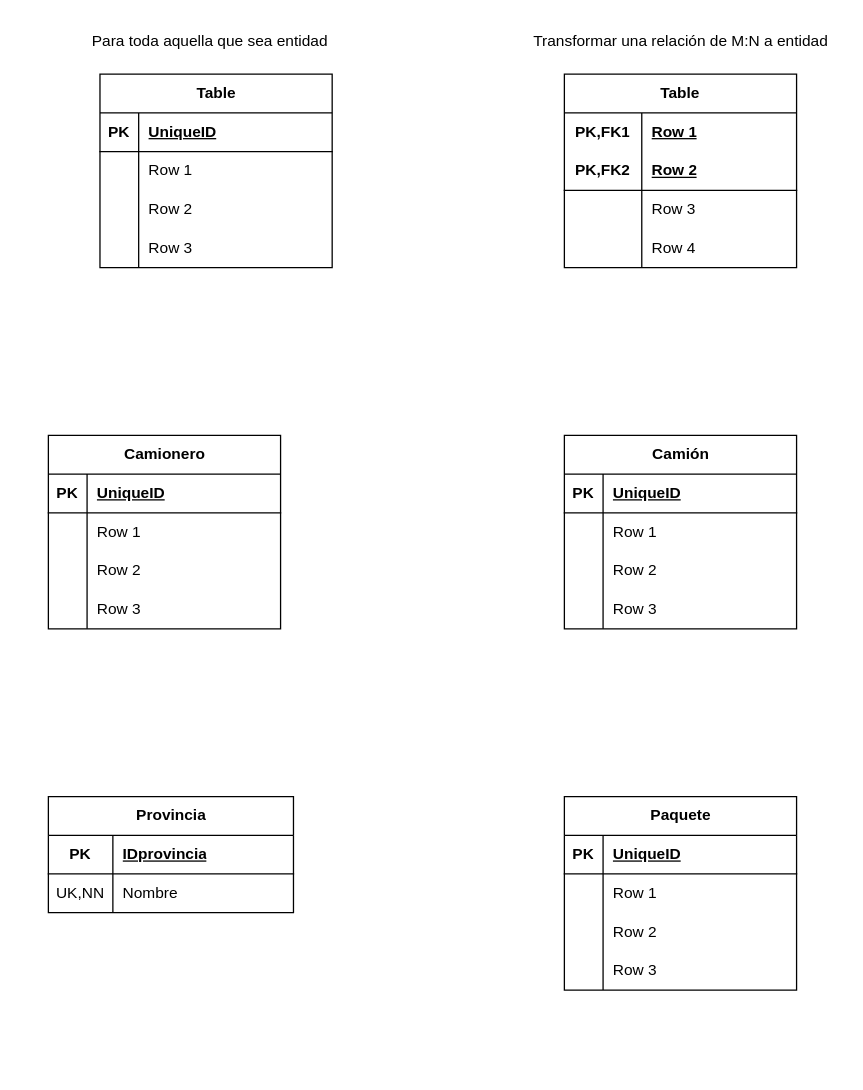
Above: Normalizacion.drawio in Mundrack/Base-de-datos (draw.io), before the change. Source tidied: cells renumbered, new cells numbered last; positions are measured from the earlier drawing's top-left corner, leaving out a move shared by most shapes. Both pictures are drawn from the tidied source at 129%, with x=0, y=0 at pixel (22, 22).
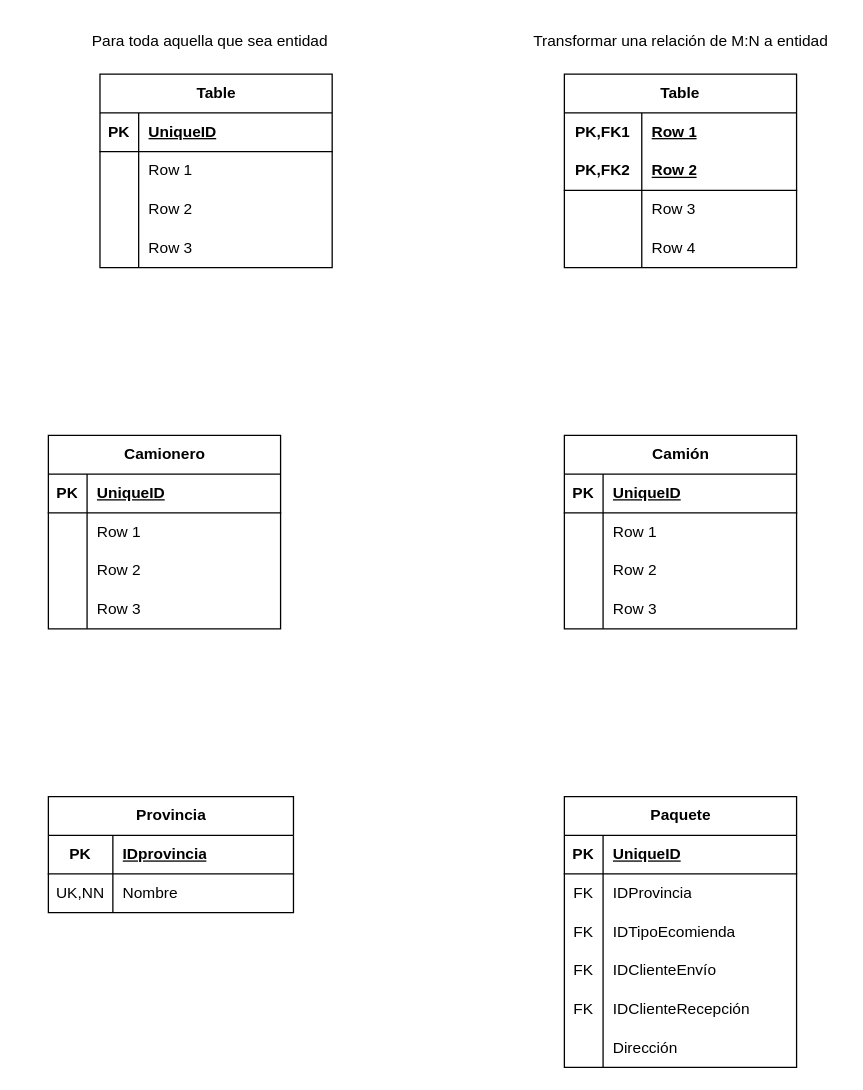
Above is the later version.

The change refers to these unchanged cells:
```xml
<mxCell id="67" style="shape=tableRow;horizontal=0;startSize=0;swimlaneHead=0;swimlaneBody=0;fillColor=none;top=0;left=0;right=0;bottom=0;" parent="63" vertex="1">
  <mxGeometry y="60" width="180" height="30" as="geometry" />
</mxCell>
<mxCell id="70" style="shape=tableRow;horizontal=0;startSize=0;swimlaneHead=0;swimlaneBody=0;fillColor=none;top=0;left=0;right=0;bottom=0;" parent="63" vertex="1">
  <mxGeometry y="90" width="180" height="30" as="geometry" />
</mxCell>
```

The edit, as a diff of the source:
```diff
@@
     <mxCell id="63" value="Paquete" style="shape=table;startSize=30;childLayout=tableLayout;rowLines=0;fontStyle=1;align=center;html=1;" parent="1" vertex="1">
-      <mxGeometry x="420" y="600" width="180" height="150" as="geometry" />
+      <mxGeometry x="420" y="600" width="180" height="210" as="geometry" />
     </mxCell>
@@
-    <mxCell id="68" style="shape=partialRectangle;fillColor=none;top=0;left=0;bottom=0;right=0;overflow=hidden;whiteSpace=wrap;html=1;" parent="67" vertex="1">
+    <mxCell id="68" value="FK" style="shape=partialRectangle;fillColor=none;top=0;left=0;bottom=0;right=0;overflow=hidden;whiteSpace=wrap;html=1;" parent="67" vertex="1">
       <mxGeometry width="30" height="30" as="geometry" />
     </mxCell>
-    <mxCell id="69" value="Row 1" style="shape=partialRectangle;fillColor=none;top=0;left=0;bottom=0;right=0;align=left;spacingLeft=6;overflow=hidden;whiteSpace=wrap;html=1;" parent="67" vertex="1">
+    <mxCell id="69" value="IDProvincia" style="shape=partialRectangle;fillColor=none;top=0;left=0;bottom=0;right=0;align=left;spacingLeft=6;overflow=hidden;whiteSpace=wrap;html=1;" parent="67" vertex="1">
       <mxGeometry x="30" width="150" height="30" as="geometry" />
     </mxCell>
@@
-    <mxCell id="71" style="shape=partialRectangle;fillColor=none;top=0;left=0;bottom=0;right=0;overflow=hidden;whiteSpace=wrap;html=1;" parent="70" vertex="1">
+    <mxCell id="71" value="FK" style="shape=partialRectangle;fillColor=none;top=0;left=0;bottom=0;right=0;overflow=hidden;whiteSpace=wrap;html=1;" parent="70" vertex="1">
       <mxGeometry width="30" height="30" as="geometry" />
     </mxCell>
-    <mxCell id="72" value="Row 2" style="shape=partialRectangle;fillColor=none;top=0;left=0;bottom=0;right=0;align=left;spacingLeft=6;overflow=hidden;whiteSpace=wrap;html=1;" parent="70" vertex="1">
+    <mxCell id="72" value="IDTipoEcomienda" style="shape=partialRectangle;fillColor=none;top=0;left=0;bottom=0;right=0;align=left;spacingLeft=6;overflow=hidden;whiteSpace=wrap;html=1;" parent="70" vertex="1">
       <mxGeometry x="30" width="150" height="30" as="geometry" />
     </mxCell>
+    <mxCell id="76" style="shape=tableRow;horizontal=0;startSize=0;swimlaneHead=0;swimlaneBody=0;fillColor=none;top=0;left=0;right=0;bottom=0;" parent="63" vertex="1">
+      <mxGeometry y="120" width="180" height="30" as="geometry" />
+    </mxCell>
+    <mxCell id="77" value="FK" style="shape=partialRectangle;fillColor=none;top=0;left=0;bottom=0;right=0;overflow=hidden;whiteSpace=wrap;html=1;" parent="76" vertex="1">
+      <mxGeometry width="30" height="30" as="geometry" />
+    </mxCell>
+    <mxCell id="78" value="IDClienteEnvío" style="shape=partialRectangle;fillColor=none;top=0;left=0;bottom=0;right=0;align=left;spacingLeft=6;overflow=hidden;whiteSpace=wrap;html=1;" parent="76" vertex="1">
+      <mxGeometry x="30" width="150" height="30" as="geometry" />
+    </mxCell>
     <mxCell id="73" style="shape=tableRow;horizontal=0;startSize=0;swimlaneHead=0;swimlaneBody=0;fillColor=none;top=0;left=0;right=0;bottom=0;" parent="63" vertex="1">
-      <mxGeometry y="120" width="180" height="30" as="geometry" />
+      <mxGeometry y="150" width="180" height="30" as="geometry" />
     </mxCell>
-    <mxCell id="74" style="shape=partialRectangle;fillColor=none;top=0;left=0;bottom=0;right=0;overflow=hidden;whiteSpace=wrap;html=1;" parent="73" vertex="1">
+    <mxCell id="74" value="FK" style="shape=partialRectangle;fillColor=none;top=0;left=0;bottom=0;right=0;overflow=hidden;whiteSpace=wrap;html=1;" parent="73" vertex="1">
       <mxGeometry width="30" height="30" as="geometry" />
     </mxCell>
-    <mxCell id="75" value="Row 3" style="shape=partialRectangle;fillColor=none;top=0;left=0;bottom=0;right=0;align=left;spacingLeft=6;overflow=hidden;whiteSpace=wrap;html=1;" parent="73" vertex="1">
+    <mxCell id="75" value="IDClienteRecepción" style="shape=partialRectangle;fillColor=none;top=0;left=0;bottom=0;right=0;align=left;spacingLeft=6;overflow=hidden;whiteSpace=wrap;html=1;" parent="73" vertex="1">
       <mxGeometry x="30" width="150" height="30" as="geometry" />
     </mxCell>
+    <mxCell id="79" style="shape=tableRow;horizontal=0;startSize=0;swimlaneHead=0;swimlaneBody=0;fillColor=none;top=0;left=0;right=0;bottom=0;" parent="63" vertex="1">
+      <mxGeometry y="180" width="180" height="30" as="geometry" />
+    </mxCell>
+    <mxCell id="80" style="shape=partialRectangle;fillColor=none;top=0;left=0;bottom=0;right=0;overflow=hidden;whiteSpace=wrap;html=1;" parent="79" vertex="1">
+      <mxGeometry width="30" height="30" as="geometry" />
+    </mxCell>
+    <mxCell id="81" value="Dirección" style="shape=partialRectangle;fillColor=none;top=0;left=0;bottom=0;right=0;align=left;spacingLeft=6;overflow=hidden;whiteSpace=wrap;html=1;" parent="79" vertex="1">
+      <mxGeometry x="30" width="150" height="30" as="geometry" />
+    </mxCell>
```
